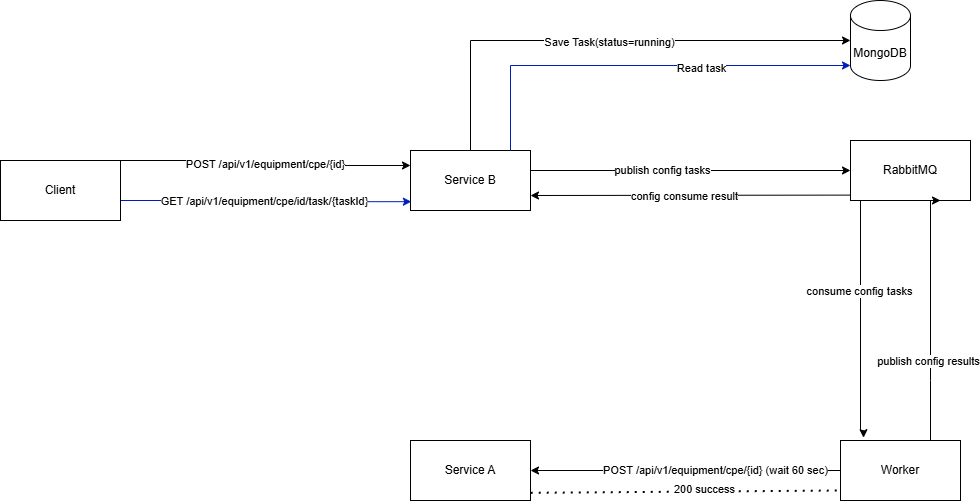
Show0ff/Asynchronous_CPE_Provisioning_System keeps this draw.io diagram as docs/Architecture.png. Above is the earlier version. Source tidied: cells renumbered, new cells last; positions are measured from the earlier drawing's top-left corner, leaving out a move shared by most shapes.
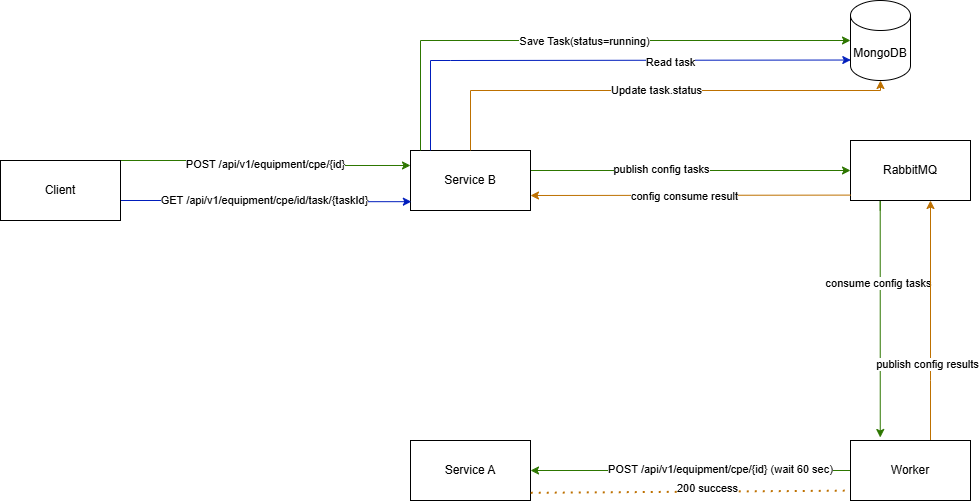
The same file after the commit.

Commit message:
upadate architecrure diagram

Diff of the diagram source:
```diff
@@ -2,7 +2,7 @@
   <root>
     <mxCell id="0" />
     <mxCell id="1" parent="0" />
-    <mxCell id="2" style="edgeStyle=orthogonalEdgeStyle;rounded=0;jettySize=auto;html=1;entryX=0;entryY=0.5;entryDx=0;entryDy=0;" parent="1" edge="1" source="4" target="7">
+    <mxCell id="2" style="edgeStyle=orthogonalEdgeStyle;rounded=0;jettySize=auto;html=1;entryX=0;entryY=0.5;entryDx=0;entryDy=0;fillColor=#60a917;strokeColor=#2D7600;" parent="1" edge="1" source="4" target="7">
       <mxGeometry relative="1" as="geometry">
         <Array as="points">
           <mxPoint x="680" y="170" />
@@ -16,11 +16,12 @@
     <mxCell id="4" value="Service B" style="rounded=0;whiteSpace=wrap;html=1;" parent="1" vertex="1">
       <mxGeometry x="410" y="150" width="120" height="60" as="geometry" />
     </mxCell>
-    <mxCell id="5" style="edgeStyle=orthogonalEdgeStyle;rounded=0;jettySize=auto;html=1;entryX=0.192;entryY=-0.047;entryDx=0;entryDy=0;entryPerimeter=0;" parent="1" edge="1" source="7" target="13">
+    <mxCell id="5" style="edgeStyle=orthogonalEdgeStyle;rounded=0;orthogonalLoop=1;jettySize=auto;html=1;fillColor=#60a917;strokeColor=#2D7600;entryX=0.164;entryY=-0.047;entryDx=0;entryDy=0;entryPerimeter=0;" parent="1" edge="1">
       <mxGeometry relative="1" as="geometry">
+        <mxPoint x="879.7" y="210" as="sourcePoint" />
+        <mxPoint x="879.7" y="437" as="targetPoint" />
         <Array as="points">
-          <mxPoint x="860" y="430" />
-          <mxPoint x="863" y="430" />
+          <mxPoint x="879.9" y="200" />
         </Array>
       </mxGeometry>
     </mxCell>
@@ -33,14 +34,15 @@
     <mxCell id="8" value="MongoDB" style="shape=cylinder3;whiteSpace=wrap;html=1;boundedLbl=1;backgroundOutline=1;size=15;" parent="1" vertex="1">
       <mxGeometry x="850" width="60" height="80" as="geometry" />
     </mxCell>
-    <mxCell id="9" style="edgeStyle=orthogonalEdgeStyle;rounded=0;jettySize=auto;html=1;entryX=1;entryY=0.5;entryDx=0;entryDy=0;" parent="1" edge="1" source="13" target="14">
+    <mxCell id="9" style="edgeStyle=orthogonalEdgeStyle;rounded=0;jettySize=auto;html=1;entryX=1;entryY=0.5;entryDx=0;entryDy=0;fillColor=#60a917;strokeColor=#2D7600;" parent="1" edge="1" source="13" target="14">
       <mxGeometry relative="1" as="geometry" />
     </mxCell>
     <mxCell id="10" value="POST /api/v1/equipment/cpe/{id} (wait 60 sec)" style="edgeLabel;html=1;align=center;verticalAlign=middle;" parent="9" vertex="1">
       <mxGeometry x="-0.19" y="-1" relative="1" as="geometry" />
     </mxCell>
-    <mxCell id="11" style="edgeStyle=orthogonalEdgeStyle;rounded=0;jettySize=auto;html=1;entryX=0.75;entryY=1;entryDx=0;entryDy=0;" parent="1" edge="1" source="13" target="7">
+    <mxCell id="11" style="edgeStyle=orthogonalEdgeStyle;rounded=0;jettySize=auto;html=1;fillColor=#f0a30a;strokeColor=#BD7000;" parent="1" edge="1" source="13">
       <mxGeometry relative="1" as="geometry">
+        <mxPoint x="930" y="200" as="targetPoint" />
         <Array as="points">
           <mxPoint x="930" y="380" />
           <mxPoint x="930" y="380" />
@@ -51,12 +53,12 @@
       <mxGeometry x="-0.36" y="3" relative="1" as="geometry" />
     </mxCell>
     <mxCell id="13" value="Worker" style="rounded=0;whiteSpace=wrap;html=1;" parent="1" vertex="1">
-      <mxGeometry x="840" y="440" width="120" height="60" as="geometry" />
+      <mxGeometry x="850" y="440" width="120" height="60" as="geometry" />
     </mxCell>
     <mxCell id="14" value="Service A" style="rounded=0;whiteSpace=wrap;html=1;" parent="1" vertex="1">
       <mxGeometry x="410" y="440" width="120" height="60" as="geometry" />
     </mxCell>
-    <mxCell id="15" style="edgeStyle=orthogonalEdgeStyle;rounded=0;orthogonalLoop=1;jettySize=auto;html=1;exitX=1;exitY=0.333;exitDx=0;exitDy=0;exitPerimeter=0;" parent="1" edge="1">
+    <mxCell id="15" style="edgeStyle=orthogonalEdgeStyle;rounded=0;orthogonalLoop=1;jettySize=auto;html=1;exitX=1;exitY=0.333;exitDx=0;exitDy=0;exitPerimeter=0;fillColor=#60a917;strokeColor=#2D7600;" parent="1" edge="1">
       <mxGeometry relative="1" as="geometry">
         <mxPoint x="120" y="165" as="sourcePoint" />
         <mxPoint x="410" y="165" as="targetPoint" />
@@ -70,10 +72,10 @@
     <mxCell id="16" value="POST /api/v1/equipment/cpe/{id}" style="edgeLabel;html=1;align=center;verticalAlign=middle;" parent="15" vertex="1">
       <mxGeometry x="0.03" y="1" relative="1" as="geometry" />
     </mxCell>
-    <mxCell id="17" style="edgeStyle=orthogonalEdgeStyle;rounded=0;jettySize=auto;html=1;entryX=0;entryY=0.5;entryDx=0;entryDy=0;entryPerimeter=0;" parent="1" edge="1" source="4" target="8">
+    <mxCell id="17" style="edgeStyle=orthogonalEdgeStyle;rounded=0;jettySize=auto;html=1;entryX=0;entryY=0.5;entryDx=0;entryDy=0;entryPerimeter=0;fillColor=#60a917;strokeColor=#2D7600;" parent="1" edge="1" source="4" target="8">
       <mxGeometry relative="1" as="geometry">
         <Array as="points">
-          <mxPoint x="470" y="40" />
+          <mxPoint x="420" y="40" />
         </Array>
       </mxGeometry>
     </mxCell>
@@ -96,29 +98,40 @@
     <mxCell id="21" value="Client" style="rounded=0;whiteSpace=wrap;html=1;" parent="1" vertex="1">
       <mxGeometry y="160" width="120" height="60" as="geometry" />
     </mxCell>
-    <mxCell id="22" style="endArrow=none;dashed=1;html=1;dashPattern=1 3;strokeWidth=2;rounded=0;exitX=1.002;exitY=0.872;exitDx=0;exitDy=0;exitPerimeter=0;" parent="1" edge="1" source="14">
-      <mxGeometry relative="1" as="geometry">
-        <mxPoint x="840" y="490" as="targetPoint" />
-      </mxGeometry>
+    <mxCell id="22" style="endArrow=none;dashed=1;html=1;dashPattern=1 3;strokeWidth=2;rounded=0;exitX=1.002;exitY=0.872;exitDx=0;exitDy=0;exitPerimeter=0;fillColor=#f0a30a;strokeColor=#BD7000;entryX=-0.024;entryY=0.836;entryDx=0;entryDy=0;entryPerimeter=0;" parent="1" edge="1" source="14" target="13">
+      <mxGeometry relative="1" as="geometry" />
     </mxCell>
     <mxCell id="23" value="200 success" style="edgeLabel;html=1;align=center;verticalAlign=middle;" parent="22" vertex="1">
       <mxGeometry x="0.11" y="3" relative="1" as="geometry" />
     </mxCell>
-    <mxCell id="24" style="endArrow=classic;html=1;rounded=0;exitX=0.002;exitY=0.91;exitDx=0;exitDy=0;entryX=1;entryY=0.75;entryDx=0;entryDy=0;exitPerimeter=0;" parent="1" edge="1" source="7" target="4">
+    <mxCell id="24" style="endArrow=classic;html=1;rounded=0;exitX=0.002;exitY=0.91;exitDx=0;exitDy=0;entryX=1;entryY=0.75;entryDx=0;entryDy=0;exitPerimeter=0;fillColor=#f0a30a;strokeColor=#BD7000;" parent="1" edge="1" source="7" target="4">
       <mxGeometry relative="1" as="geometry" />
     </mxCell>
     <mxCell id="25" value="config consume result" style="edgeLabel;html=1;align=center;verticalAlign=middle;" parent="24" vertex="1">
       <mxGeometry x="0.04" y="1" relative="1" as="geometry" />
     </mxCell>
-    <mxCell id="26" style="edgeStyle=orthogonalEdgeStyle;rounded=0;jettySize=auto;html=1;entryX=0;entryY=1;entryDx=0;entryDy=-15;entryPerimeter=0;fillColor=#0050ef;strokeColor=#001DBC;" parent="1" edge="1" source="4" target="8">
+    <mxCell id="26" style="edgeStyle=orthogonalEdgeStyle;rounded=0;jettySize=auto;html=1;fillColor=#0050ef;strokeColor=#001DBC;entryX=0.005;entryY=0.744;entryDx=0;entryDy=0;entryPerimeter=0;" parent="1" edge="1" target="8">
       <mxGeometry relative="1" as="geometry">
+        <mxPoint x="430" y="150" as="sourcePoint" />
         <Array as="points">
-          <mxPoint x="510" y="65" />
+          <mxPoint x="430" y="60" />
+          <mxPoint x="450" y="60" />
         </Array>
       </mxGeometry>
     </mxCell>
     <mxCell id="27" value="Read task" style="edgeLabel;html=1;align=center;verticalAlign=middle;" parent="26" vertex="1">
       <mxGeometry x="0.29" y="-2" relative="1" as="geometry" />
     </mxCell>
+    <mxCell id="28" style="edgeStyle=orthogonalEdgeStyle;rounded=0;jettySize=auto;html=1;entryX=0.5;entryY=1;entryDx=0;entryDy=0;entryPerimeter=0;fillColor=#f0a30a;strokeColor=#BD7000;" parent="1" edge="1" source="4" target="8">
+      <mxGeometry relative="1" as="geometry">
+        <Array as="points">
+          <mxPoint x="470" y="90" />
+          <mxPoint x="880" y="90" />
+        </Array>
+      </mxGeometry>
+    </mxCell>
+    <mxCell id="29" value="Update task.status" style="edgeLabel;html=1;align=center;verticalAlign=middle;" parent="28" vertex="1">
+      <mxGeometry x="0.02" relative="1" as="geometry" />
+    </mxCell>
   </root>
 </mxGraphModel>
```
